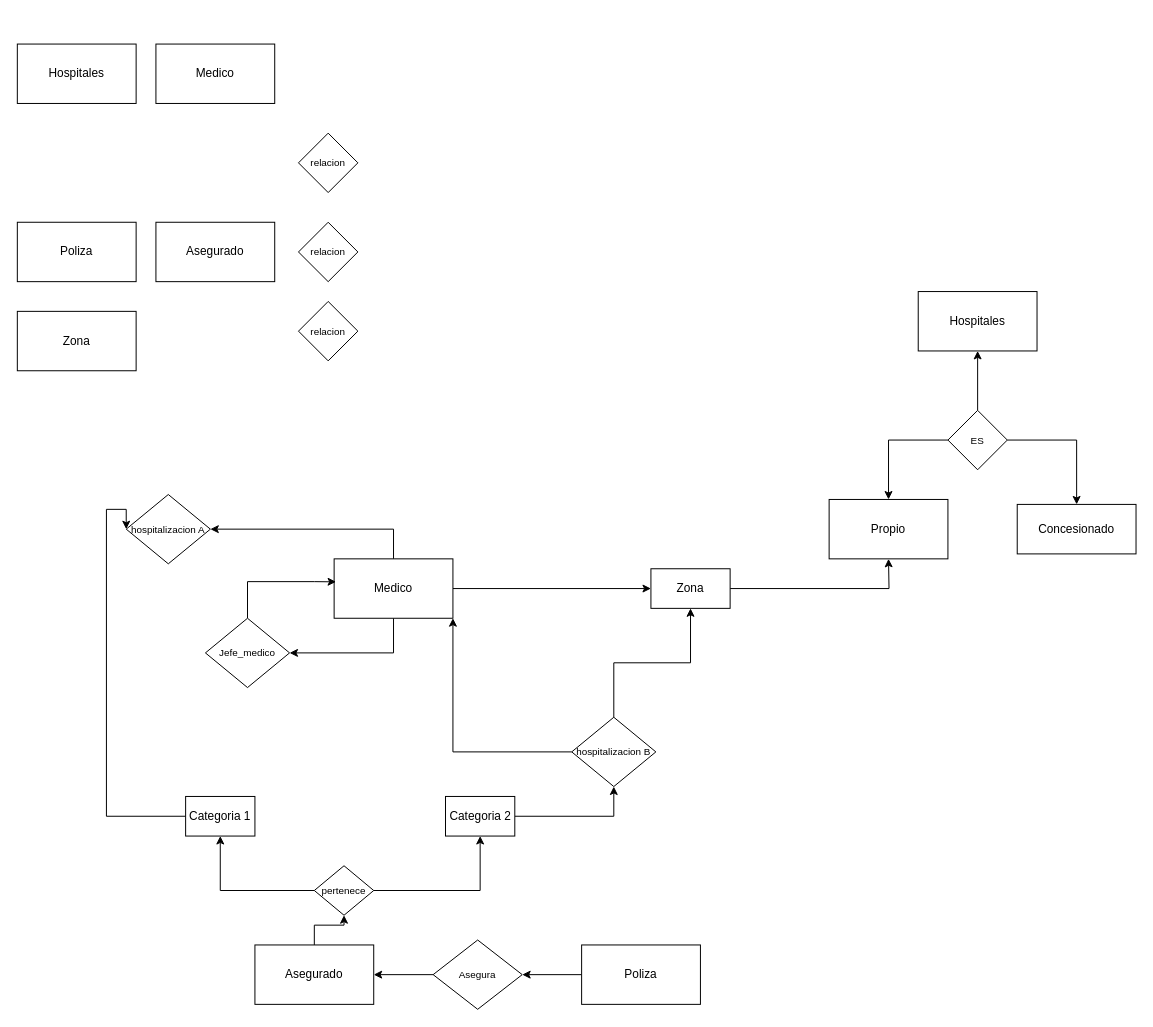
The draw.io diagram Diagrama sin título.drawio in charlotosisi/Bases-de-datos-2023, before the edit. Source tidied: cells renumbered, new cells numbered last; positions are measured from the earlier drawing's top-left corner, leaving out a move shared by most shapes. Both pictures are drawn from the tidied source at 99%, with x=0, y=0 at pixel (17, 44).
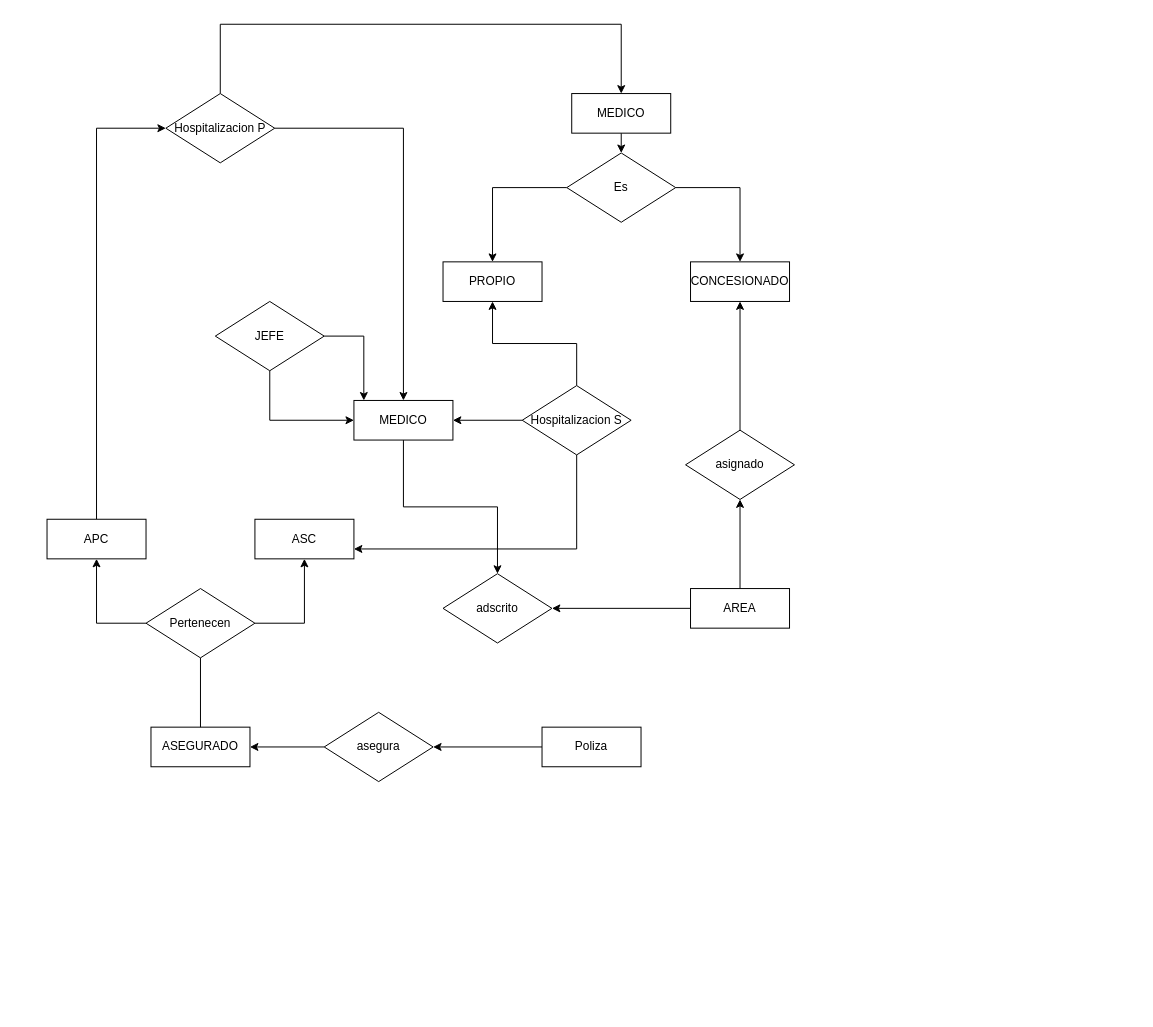
The same diagram, later.

The edit, as a diff of the source:
```diff
@@
-    <mxCell id="2" value="Hospitales" style="rounded=0;whiteSpace=wrap;html=1;" parent="1" vertex="1">
-      <mxGeometry width="120" height="60" as="geometry" />
-    </mxCell>
-    <mxCell id="3" value="Medico" style="rounded=0;whiteSpace=wrap;html=1;" parent="1" vertex="1">
-      <mxGeometry x="140" width="120" height="60" as="geometry" />
-    </mxCell>
-    <mxCell id="4" value="Concesionado" style="rounded=0;whiteSpace=wrap;html=1;" parent="1" vertex="1">
-      <mxGeometry x="1010" y="465" width="120" height="50" as="geometry" />
-    </mxCell>
-    <mxCell id="5" value="Poliza" style="rounded=0;whiteSpace=wrap;html=1;" parent="1" vertex="1">
-      <mxGeometry y="180" width="120" height="60" as="geometry" />
-    </mxCell>
-    <mxCell id="6" value="Propio" style="rounded=0;whiteSpace=wrap;html=1;" parent="1" vertex="1">
-      <mxGeometry x="820" y="460" width="120" height="60" as="geometry" />
-    </mxCell>
-    <mxCell id="7" value="Asegurado" style="rounded=0;whiteSpace=wrap;html=1;" parent="1" vertex="1">
-      <mxGeometry x="140" y="180" width="120" height="60" as="geometry" />
-    </mxCell>
-    <mxCell id="8" value="Zona" style="rounded=0;whiteSpace=wrap;html=1;" parent="1" vertex="1">
-      <mxGeometry y="270" width="120" height="60" as="geometry" />
-    </mxCell>
-    <mxCell id="9" value="&lt;font size=&quot;1&quot;&gt;relacion&lt;/font&gt;" style="rhombus;whiteSpace=wrap;html=1;" parent="1" vertex="1">
-      <mxGeometry x="284" y="90" width="60" height="60" as="geometry" />
-    </mxCell>
-    <mxCell id="10" value="&lt;font size=&quot;1&quot;&gt;relacion&lt;/font&gt;" style="rhombus;whiteSpace=wrap;html=1;" parent="1" vertex="1">
-      <mxGeometry x="284" y="180" width="60" height="60" as="geometry" />
-    </mxCell>
-    <mxCell id="11" value="&lt;font size=&quot;1&quot;&gt;relacion&lt;/font&gt;" style="rhombus;whiteSpace=wrap;html=1;" parent="1" vertex="1">
-      <mxGeometry x="284" y="260" width="60" height="60" as="geometry" />
-    </mxCell>
@@
-    <mxCell id="13" style="edgeStyle=orthogonalEdgeStyle;rounded=0;jettySize=auto;html=1;entryX=1;entryY=0.5;entryDx=0;entryDy=0;" parent="1" edge="1" source="14" target="16">
-      <mxGeometry relative="1" as="geometry" />
-    </mxCell>
-    <mxCell id="14" value="Poliza" style="rounded=0;whiteSpace=wrap;html=1;" parent="1" vertex="1">
-      <mxGeometry x="570" y="910" width="120" height="60" as="geometry" />
-    </mxCell>
-    <mxCell id="15" style="edgeStyle=orthogonalEdgeStyle;rounded=0;jettySize=auto;html=1;entryX=1;entryY=0.5;entryDx=0;entryDy=0;" parent="1" edge="1" source="16" target="18">
-      <mxGeometry relative="1" as="geometry" />
-    </mxCell>
-    <mxCell id="16" value="&lt;font size=&quot;1&quot;&gt;Asegura&lt;/font&gt;" style="rhombus;whiteSpace=wrap;html=1;" parent="1" vertex="1">
-      <mxGeometry x="420" y="905" width="90" height="70" as="geometry" />
-    </mxCell>
-    <mxCell id="17" style="edgeStyle=orthogonalEdgeStyle;rounded=0;jettySize=auto;html=1;exitX=0.5;exitY=0;exitDx=0;exitDy=0;entryX=0.5;entryY=1;entryDx=0;entryDy=0;" parent="1" edge="1" source="18" target="25">
-      <mxGeometry relative="1" as="geometry" />
-    </mxCell>
-    <mxCell id="18" value="Asegurado" style="rounded=0;whiteSpace=wrap;html=1;" parent="1" vertex="1">
-      <mxGeometry x="240" y="910" width="120" height="60" as="geometry" />
-    </mxCell>
-    <mxCell id="19" style="edgeStyle=orthogonalEdgeStyle;rounded=0;jettySize=auto;html=1;entryX=0;entryY=0.5;entryDx=0;entryDy=0;" parent="1" edge="1" source="20" target="26">
-      <mxGeometry relative="1" as="geometry">
-        <Array as="points">
-          <mxPoint x="90" y="780" />
-          <mxPoint x="90" y="470" />
-        </Array>
-      </mxGeometry>
-    </mxCell>
-    <mxCell id="20" value="Categoria 1" style="rounded=0;whiteSpace=wrap;html=1;" parent="1" vertex="1">
-      <mxGeometry x="170" y="760" width="70" height="40" as="geometry" />
-    </mxCell>
-    <mxCell id="21" style="edgeStyle=orthogonalEdgeStyle;rounded=0;jettySize=auto;html=1;entryX=0.5;entryY=1;entryDx=0;entryDy=0;" parent="1" edge="1" source="22" target="29">
-      <mxGeometry relative="1" as="geometry" />
-    </mxCell>
-    <mxCell id="22" value="Categoria 2" style="rounded=0;whiteSpace=wrap;html=1;" parent="1" vertex="1">
-      <mxGeometry x="432.5" y="760" width="70" height="40" as="geometry" />
-    </mxCell>
-    <mxCell id="23" style="edgeStyle=orthogonalEdgeStyle;rounded=0;jettySize=auto;html=1;entryX=0.5;entryY=1;entryDx=0;entryDy=0;" parent="1" edge="1" source="25" target="22">
-      <mxGeometry relative="1" as="geometry" />
-    </mxCell>
-    <mxCell id="24" style="edgeStyle=orthogonalEdgeStyle;rounded=0;jettySize=auto;html=1;entryX=0.5;entryY=1;entryDx=0;entryDy=0;" parent="1" edge="1" source="25" target="20">
-      <mxGeometry relative="1" as="geometry" />
-    </mxCell>
-    <mxCell id="25" value="&lt;font size=&quot;1&quot;&gt;pertenece&lt;/font&gt;" style="rhombus;whiteSpace=wrap;html=1;" parent="1" vertex="1">
-      <mxGeometry x="300" y="830" width="60" height="50" as="geometry" />
-    </mxCell>
-    <mxCell id="26" value="&lt;font size=&quot;1&quot;&gt;hospitalizacion A&lt;/font&gt;" style="rhombus;whiteSpace=wrap;html=1;" parent="1" vertex="1">
-      <mxGeometry x="110" y="455" width="85" height="70" as="geometry" />
-    </mxCell>
-    <mxCell id="27" style="edgeStyle=orthogonalEdgeStyle;rounded=0;jettySize=auto;html=1;entryX=1;entryY=1;entryDx=0;entryDy=0;" parent="1" edge="1" source="29" target="34">
-      <mxGeometry relative="1" as="geometry" />
-    </mxCell>
-    <mxCell id="28" style="edgeStyle=orthogonalEdgeStyle;rounded=0;jettySize=auto;html=1;entryX=0.5;entryY=1;entryDx=0;entryDy=0;" parent="1" edge="1" source="29" target="38">
-      <mxGeometry relative="1" as="geometry" />
-    </mxCell>
-    <mxCell id="29" value="&lt;font size=&quot;1&quot;&gt;hospitalizacion B&lt;/font&gt;" style="rhombus;whiteSpace=wrap;html=1;" parent="1" vertex="1">
-      <mxGeometry x="560" y="680" width="85" height="70" as="geometry" />
-    </mxCell>
-    <mxCell id="30" value="Hospitales" style="rounded=0;whiteSpace=wrap;html=1;" parent="1" vertex="1">
-      <mxGeometry x="910" y="250" width="120" height="60" as="geometry" />
-    </mxCell>
-    <mxCell id="31" style="edgeStyle=orthogonalEdgeStyle;rounded=0;jettySize=auto;html=1;exitX=0.5;exitY=1;exitDx=0;exitDy=0;" parent="1" edge="1" source="34" target="36">
-      <mxGeometry relative="1" as="geometry" />
-    </mxCell>
-    <mxCell id="32" style="edgeStyle=orthogonalEdgeStyle;rounded=0;jettySize=auto;html=1;exitX=0.5;exitY=0;exitDx=0;exitDy=0;entryX=1;entryY=0.5;entryDx=0;entryDy=0;" parent="1" edge="1" source="34" target="26">
-      <mxGeometry relative="1" as="geometry" />
-    </mxCell>
-    <mxCell id="33" style="edgeStyle=orthogonalEdgeStyle;rounded=0;jettySize=auto;html=1;exitX=1;exitY=0.5;exitDx=0;exitDy=0;entryX=0;entryY=0.5;entryDx=0;entryDy=0;" parent="1" edge="1" source="34" target="38">
-      <mxGeometry relative="1" as="geometry" />
-    </mxCell>
-    <mxCell id="34" value="Medico" style="rounded=0;whiteSpace=wrap;html=1;" parent="1" vertex="1">
-      <mxGeometry x="320" y="520" width="120" height="60" as="geometry" />
-    </mxCell>
-    <mxCell id="35" style="edgeStyle=orthogonalEdgeStyle;rounded=0;jettySize=auto;html=1;entryX=0.016;entryY=0.387;entryDx=0;entryDy=0;entryPerimeter=0;" parent="1" edge="1" source="36" target="34">
-      <mxGeometry relative="1" as="geometry">
-        <Array as="points">
-          <mxPoint x="233" y="543" />
-          <mxPoint x="300" y="543" />
-        </Array>
-      </mxGeometry>
-    </mxCell>
-    <mxCell id="36" value="&lt;font size=&quot;1&quot;&gt;Jefe_medico&lt;/font&gt;" style="rhombus;whiteSpace=wrap;html=1;" parent="1" vertex="1">
-      <mxGeometry x="190" y="580" width="85" height="70" as="geometry" />
-    </mxCell>
-    <mxCell id="37" style="edgeStyle=orthogonalEdgeStyle;rounded=0;jettySize=auto;html=1;entryX=0.5;entryY=1;entryDx=0;entryDy=0;" parent="1" edge="1" source="38">
-      <mxGeometry relative="1" as="geometry">
-        <mxPoint x="880" y="520" as="targetPoint" />
-      </mxGeometry>
-    </mxCell>
-    <mxCell id="38" value="Zona" style="rounded=0;whiteSpace=wrap;html=1;" parent="1" vertex="1">
-      <mxGeometry x="640" y="530" width="80" height="40" as="geometry" />
-    </mxCell>
-    <mxCell id="39" style="edgeStyle=orthogonalEdgeStyle;rounded=0;jettySize=auto;html=1;exitX=0.5;exitY=0;exitDx=0;exitDy=0;entryX=0.5;entryY=1;entryDx=0;entryDy=0;" parent="1" edge="1" source="42" target="30">
-      <mxGeometry relative="1" as="geometry" />
-    </mxCell>
-    <mxCell id="40" style="edgeStyle=orthogonalEdgeStyle;rounded=0;jettySize=auto;html=1;exitX=0;exitY=0.5;exitDx=0;exitDy=0;entryX=0.5;entryY=0;entryDx=0;entryDy=0;" parent="1" edge="1" source="42" target="6">
-      <mxGeometry relative="1" as="geometry" />
-    </mxCell>
-    <mxCell id="41" style="edgeStyle=orthogonalEdgeStyle;rounded=0;jettySize=auto;html=1;exitX=1;exitY=0.5;exitDx=0;exitDy=0;entryX=0.5;entryY=0;entryDx=0;entryDy=0;" parent="1" edge="1" source="42" target="4">
-      <mxGeometry relative="1" as="geometry" />
-    </mxCell>
-    <mxCell id="42" value="&lt;font size=&quot;1&quot;&gt;ES&lt;/font&gt;" style="rhombus;whiteSpace=wrap;html=1;" parent="1" vertex="1">
-      <mxGeometry x="940" y="370" width="60" height="60" as="geometry" />
-    </mxCell>
+    <mxCell id="43" style="edgeStyle=orthogonalEdgeStyle;rounded=0;jettySize=auto;html=1;entryX=1;entryY=0.5;entryDx=0;entryDy=0;" parent="1" edge="1" source="44" target="46">
+      <mxGeometry relative="1" as="geometry" />
+    </mxCell>
+    <mxCell id="44" value="Poliza" style="rounded=0;whiteSpace=wrap;html=1;" parent="1" vertex="1">
+      <mxGeometry x="530" y="690" width="100" height="40" as="geometry" />
+    </mxCell>
+    <mxCell id="45" style="edgeStyle=orthogonalEdgeStyle;rounded=0;jettySize=auto;html=1;entryX=1;entryY=0.5;entryDx=0;entryDy=0;" parent="1" edge="1" source="46" target="47">
+      <mxGeometry relative="1" as="geometry" />
+    </mxCell>
+    <mxCell id="46" value="asegura" style="rhombus;whiteSpace=wrap;html=1;" parent="1" vertex="1">
+      <mxGeometry x="310" y="675" width="110" height="70" as="geometry" />
+    </mxCell>
+    <mxCell id="47" value="ASEGURADO" style="rounded=0;whiteSpace=wrap;html=1;" parent="1" vertex="1">
+      <mxGeometry x="135" y="690" width="100" height="40" as="geometry" />
+    </mxCell>
+    <mxCell id="48" style="edgeStyle=orthogonalEdgeStyle;rounded=0;jettySize=auto;html=1;exitX=1;exitY=0.5;exitDx=0;exitDy=0;entryX=0.5;entryY=1;entryDx=0;entryDy=0;" parent="1" edge="1" source="50" target="52">
+      <mxGeometry relative="1" as="geometry" />
+    </mxCell>
+    <mxCell id="49" style="edgeStyle=orthogonalEdgeStyle;rounded=0;jettySize=auto;html=1;exitX=0;exitY=0.5;exitDx=0;exitDy=0;entryX=0.5;entryY=1;entryDx=0;entryDy=0;" parent="1" edge="1" source="50" target="54">
+      <mxGeometry relative="1" as="geometry" />
+    </mxCell>
+    <mxCell id="50" value="Pertenecen" style="rhombus;whiteSpace=wrap;html=1;" parent="1" vertex="1">
+      <mxGeometry x="130" y="550" width="110" height="70" as="geometry" />
+    </mxCell>
+    <mxCell id="51" style="endArrow=none;html=1;rounded=0;exitX=0.5;exitY=0;exitDx=0;exitDy=0;entryX=0.5;entryY=1;entryDx=0;entryDy=0;" parent="1" edge="1" source="47" target="50">
+      <mxGeometry relative="1" as="geometry" />
+    </mxCell>
+    <mxCell id="52" value="ASC" style="rounded=0;whiteSpace=wrap;html=1;" parent="1" vertex="1">
+      <mxGeometry x="240" y="480" width="100" height="40" as="geometry" />
+    </mxCell>
+    <mxCell id="53" style="edgeStyle=orthogonalEdgeStyle;rounded=0;jettySize=auto;html=1;entryX=0;entryY=0.5;entryDx=0;entryDy=0;" parent="1" edge="1" source="54" target="67">
+      <mxGeometry relative="1" as="geometry">
+        <Array as="points">
+          <mxPoint x="80" y="85" />
+        </Array>
+      </mxGeometry>
+    </mxCell>
+    <mxCell id="54" value="APC" style="rounded=0;whiteSpace=wrap;html=1;" parent="1" vertex="1">
+      <mxGeometry x="30" y="480" width="100" height="40" as="geometry" />
+    </mxCell>
+    <mxCell id="55" style="edgeStyle=orthogonalEdgeStyle;rounded=0;jettySize=auto;html=1;exitX=0.5;exitY=1;exitDx=0;exitDy=0;" parent="1" edge="1" source="56" target="79">
+      <mxGeometry relative="1" as="geometry" />
+    </mxCell>
+    <mxCell id="56" value="MEDICO" style="rounded=0;whiteSpace=wrap;html=1;" parent="1" vertex="1">
+      <mxGeometry x="340" y="360" width="100" height="40" as="geometry" />
+    </mxCell>
+    <mxCell id="57" style="edgeStyle=orthogonalEdgeStyle;rounded=0;jettySize=auto;html=1;entryX=1;entryY=0.75;entryDx=0;entryDy=0;exitX=0.5;exitY=1;exitDx=0;exitDy=0;" parent="1" edge="1" source="60" target="52">
+      <mxGeometry relative="1" as="geometry">
+        <Array as="points">
+          <mxPoint x="565" y="510" />
+        </Array>
+      </mxGeometry>
+    </mxCell>
+    <mxCell id="58" style="edgeStyle=orthogonalEdgeStyle;rounded=0;jettySize=auto;html=1;exitX=0;exitY=0.5;exitDx=0;exitDy=0;entryX=1;entryY=0.5;entryDx=0;entryDy=0;" parent="1" edge="1" source="60" target="56">
+      <mxGeometry relative="1" as="geometry" />
+    </mxCell>
+    <mxCell id="59" style="edgeStyle=orthogonalEdgeStyle;rounded=0;jettySize=auto;html=1;exitX=0.5;exitY=0;exitDx=0;exitDy=0;entryX=0.5;entryY=1;entryDx=0;entryDy=0;" parent="1" edge="1" source="60" target="64">
+      <mxGeometry relative="1" as="geometry" />
+    </mxCell>
+    <mxCell id="60" value="Hospitalizacion S" style="rhombus;whiteSpace=wrap;html=1;" parent="1" vertex="1">
+      <mxGeometry x="510" y="345" width="110" height="70" as="geometry" />
+    </mxCell>
+    <mxCell id="61" style="edgeStyle=orthogonalEdgeStyle;rounded=0;jettySize=auto;html=1;" parent="1" edge="1" source="63">
+      <mxGeometry relative="1" as="geometry">
+        <mxPoint x="350" y="360" as="targetPoint" />
+        <Array as="points">
+          <mxPoint x="350" y="295" />
+          <mxPoint x="350" y="360" />
+        </Array>
+      </mxGeometry>
+    </mxCell>
+    <mxCell id="62" style="edgeStyle=orthogonalEdgeStyle;rounded=0;jettySize=auto;html=1;exitX=0.5;exitY=1;exitDx=0;exitDy=0;entryX=0;entryY=0.5;entryDx=0;entryDy=0;" parent="1" edge="1" source="63" target="56">
+      <mxGeometry relative="1" as="geometry" />
+    </mxCell>
+    <mxCell id="63" value="JEFE" style="rhombus;whiteSpace=wrap;html=1;" parent="1" vertex="1">
+      <mxGeometry x="200" y="260" width="110" height="70" as="geometry" />
+    </mxCell>
+    <mxCell id="64" value="PROPIO" style="rounded=0;whiteSpace=wrap;html=1;" parent="1" vertex="1">
+      <mxGeometry x="430" y="220" width="100" height="40" as="geometry" />
+    </mxCell>
+    <mxCell id="65" style="edgeStyle=orthogonalEdgeStyle;rounded=0;jettySize=auto;html=1;entryX=0.5;entryY=0;entryDx=0;entryDy=0;" parent="1" edge="1" source="67" target="72">
+      <mxGeometry relative="1" as="geometry">
+        <Array as="points">
+          <mxPoint x="205" y="-20" />
+          <mxPoint x="610" y="-20" />
+        </Array>
+      </mxGeometry>
+    </mxCell>
+    <mxCell id="66" style="edgeStyle=orthogonalEdgeStyle;rounded=0;jettySize=auto;html=1;entryX=0.5;entryY=0;entryDx=0;entryDy=0;" parent="1" edge="1" source="67" target="56">
+      <mxGeometry relative="1" as="geometry" />
+    </mxCell>
+    <mxCell id="67" value="Hospitalizacion P" style="rhombus;whiteSpace=wrap;html=1;" parent="1" vertex="1">
+      <mxGeometry x="150" y="50" width="110" height="70" as="geometry" />
+    </mxCell>
+    <mxCell id="68" value="CONCESIONADO" style="rounded=0;whiteSpace=wrap;html=1;" parent="1" vertex="1">
+      <mxGeometry x="680" y="220" width="100" height="40" as="geometry" />
+    </mxCell>
+    <mxCell id="69" style="edgeStyle=orthogonalEdgeStyle;rounded=0;jettySize=auto;html=1;entryX=0.5;entryY=1;entryDx=0;entryDy=0;" parent="1" edge="1" source="70" target="68">
+      <mxGeometry relative="1" as="geometry" />
+    </mxCell>
+    <mxCell id="70" value="asignado" style="rhombus;whiteSpace=wrap;html=1;" parent="1" vertex="1">
+      <mxGeometry x="675" y="390" width="110" height="70" as="geometry" />
+    </mxCell>
+    <mxCell id="71" style="edgeStyle=orthogonalEdgeStyle;rounded=0;jettySize=auto;html=1;exitX=0.5;exitY=1;exitDx=0;exitDy=0;entryX=0.5;entryY=0;entryDx=0;entryDy=0;" parent="1" edge="1" source="72" target="75">
+      <mxGeometry relative="1" as="geometry" />
+    </mxCell>
+    <mxCell id="72" value="MEDICO" style="rounded=0;whiteSpace=wrap;html=1;" parent="1" vertex="1">
+      <mxGeometry x="560" y="50" width="100" height="40" as="geometry" />
+    </mxCell>
+    <mxCell id="73" style="edgeStyle=orthogonalEdgeStyle;rounded=0;jettySize=auto;html=1;entryX=0.5;entryY=0;entryDx=0;entryDy=0;" parent="1" edge="1" source="75" target="68">
+      <mxGeometry relative="1" as="geometry" />
+    </mxCell>
+    <mxCell id="74" style="edgeStyle=orthogonalEdgeStyle;rounded=0;jettySize=auto;html=1;exitX=0;exitY=0.5;exitDx=0;exitDy=0;entryX=0.5;entryY=0;entryDx=0;entryDy=0;" parent="1" edge="1" source="75" target="64">
+      <mxGeometry relative="1" as="geometry" />
+    </mxCell>
+    <mxCell id="75" value="Es" style="rhombus;whiteSpace=wrap;html=1;" parent="1" vertex="1">
+      <mxGeometry x="555" y="110" width="110" height="70" as="geometry" />
+    </mxCell>
+    <mxCell id="76" style="edgeStyle=orthogonalEdgeStyle;rounded=0;jettySize=auto;html=1;entryX=1;entryY=0.5;entryDx=0;entryDy=0;" parent="1" edge="1" source="78" target="79">
+      <mxGeometry relative="1" as="geometry" />
+    </mxCell>
+    <mxCell id="77" style="edgeStyle=orthogonalEdgeStyle;rounded=0;jettySize=auto;html=1;entryX=0.5;entryY=1;entryDx=0;entryDy=0;" parent="1" edge="1" source="78" target="70">
+      <mxGeometry relative="1" as="geometry" />
+    </mxCell>
+    <mxCell id="78" value="AREA" style="rounded=0;whiteSpace=wrap;html=1;" parent="1" vertex="1">
+      <mxGeometry x="680" y="550" width="100" height="40" as="geometry" />
+    </mxCell>
+    <mxCell id="79" value="adscrito" style="rhombus;whiteSpace=wrap;html=1;" parent="1" vertex="1">
+      <mxGeometry x="430" y="535" width="110" height="70" as="geometry" />
+    </mxCell>
```
